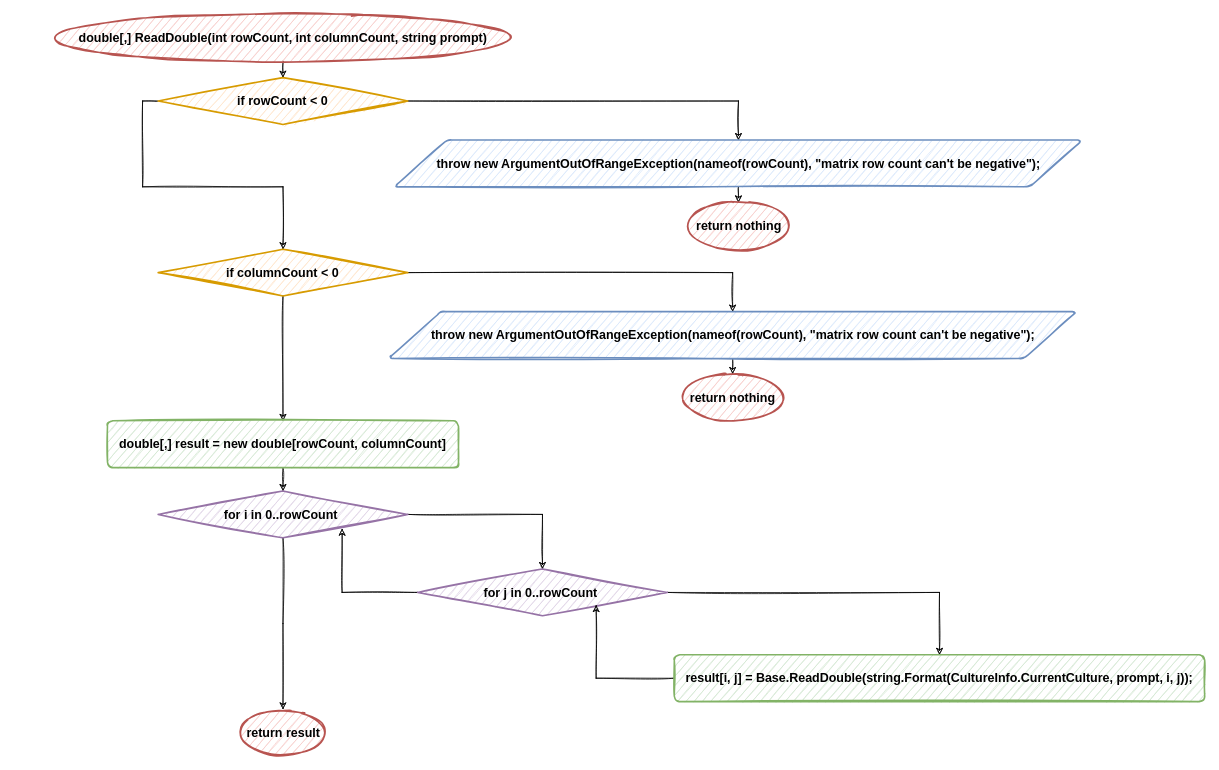
Console-Utils/mono-laboratorywork6 keeps this draw.io diagram as page "Utils/Matrix" (2 of 2) of flowchart.drawio. Above is the earlier version. Source tidied: cells renumbered, new cells numbered last; positions are measured from the earlier drawing's top-left corner, leaving out a move shared by most shapes. Both pictures are drawn from the tidied source at 78%, with x=0, y=0 at pixel (43, 14).
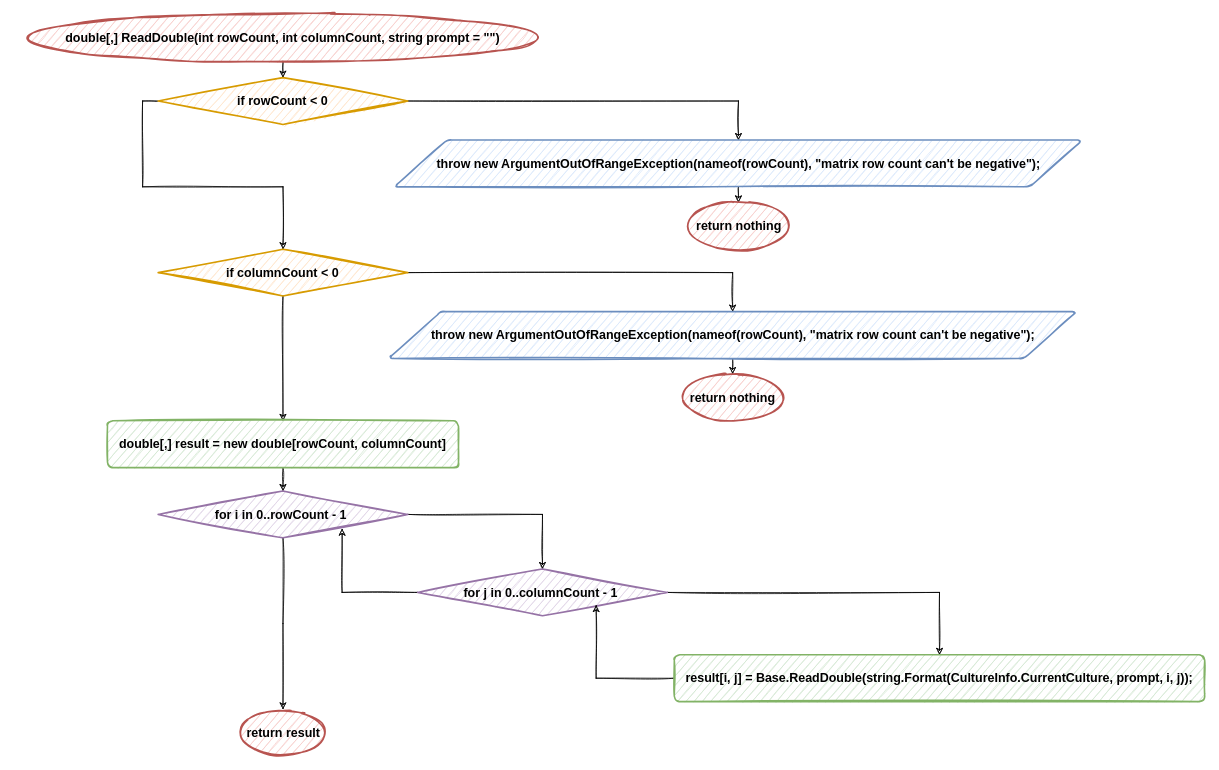
After the change.

What changed in the source:
```diff
@@
-    <mxCell id="3" value="&lt;font style=&quot;font-size: 16px&quot;&gt;&lt;b&gt;double[,] ReadDouble(int rowCount, int columnCount, string prompt)&lt;/b&gt;&lt;/font&gt;" style="strokeWidth=2;html=1;shape=mxgraph.flowchart.start_1;whiteSpace=wrap;fillColor=#f8cecc;strokeColor=#b85450;sketch=1;rounded=1;" parent="1" vertex="1">
-      <mxGeometry width="614.5" height="60" as="geometry" />
+    <mxCell id="3" value="&lt;font style=&quot;font-size: 16px&quot;&gt;&lt;b&gt;double[,] ReadDouble(int rowCount, int columnCount, string prompt = &quot;&quot;)&lt;/b&gt;&lt;/font&gt;" style="strokeWidth=2;html=1;shape=mxgraph.flowchart.start_1;whiteSpace=wrap;fillColor=#f8cecc;strokeColor=#b85450;sketch=1;rounded=1;" parent="1" vertex="1">
+      <mxGeometry x="-37.7" width="690" height="60" as="geometry" />
     </mxCell>
@@
-    <mxCell id="21" value="&lt;b&gt;&lt;font style=&quot;font-size: 16px&quot;&gt;for i in 0..rowCount&amp;nbsp;&lt;/font&gt;&lt;/b&gt;" style="strokeWidth=2;html=1;shape=mxgraph.flowchart.decision;whiteSpace=wrap;rounded=1;sketch=1;fillColor=#e1d5e7;strokeColor=#9673a6;" parent="1" vertex="1">
+    <mxCell id="21" value="&lt;b&gt;&lt;font style=&quot;font-size: 16px&quot;&gt;for i in 0..rowCount - 1&amp;nbsp;&lt;/font&gt;&lt;/b&gt;" style="strokeWidth=2;html=1;shape=mxgraph.flowchart.decision;whiteSpace=wrap;rounded=1;sketch=1;fillColor=#e1d5e7;strokeColor=#9673a6;" parent="1" vertex="1">
       <mxGeometry x="147.3" y="611" width="320" height="60" as="geometry" />
     </mxCell>
@@
-    <mxCell id="24" value="&lt;b&gt;&lt;font style=&quot;font-size: 16px&quot;&gt;for j in 0..rowCount&amp;nbsp;&lt;/font&gt;&lt;/b&gt;" style="strokeWidth=2;html=1;shape=mxgraph.flowchart.decision;whiteSpace=wrap;rounded=1;sketch=1;fillColor=#e1d5e7;strokeColor=#9673a6;" parent="1" vertex="1">
+    <mxCell id="24" value="&lt;b&gt;&lt;font style=&quot;font-size: 16px&quot;&gt;for j in 0..columnCount - 1&amp;nbsp;&lt;/font&gt;&lt;/b&gt;" style="strokeWidth=2;html=1;shape=mxgraph.flowchart.decision;whiteSpace=wrap;rounded=1;sketch=1;fillColor=#e1d5e7;strokeColor=#9673a6;" parent="1" vertex="1">
       <mxGeometry x="480" y="711" width="320" height="60" as="geometry" />
     </mxCell>
```
